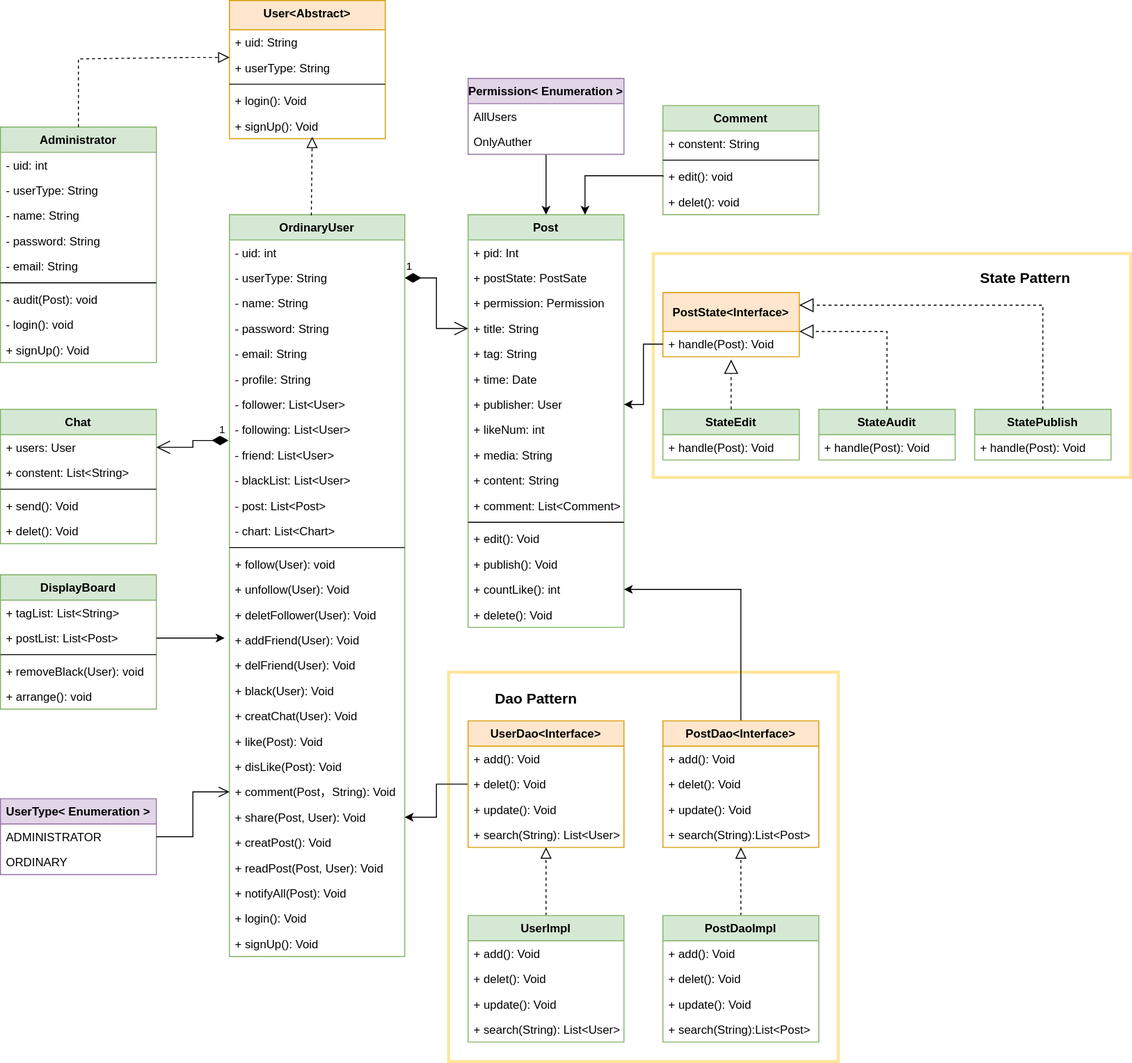
liuqihan/UML keeps this draw.io diagram as Untitled Diagram.drawio.svg. Above is the earlier version. Source tidied: cells renumbered, new cells last; positions are measured from the earlier drawing's top-left corner, leaving out a move shared by most shapes.
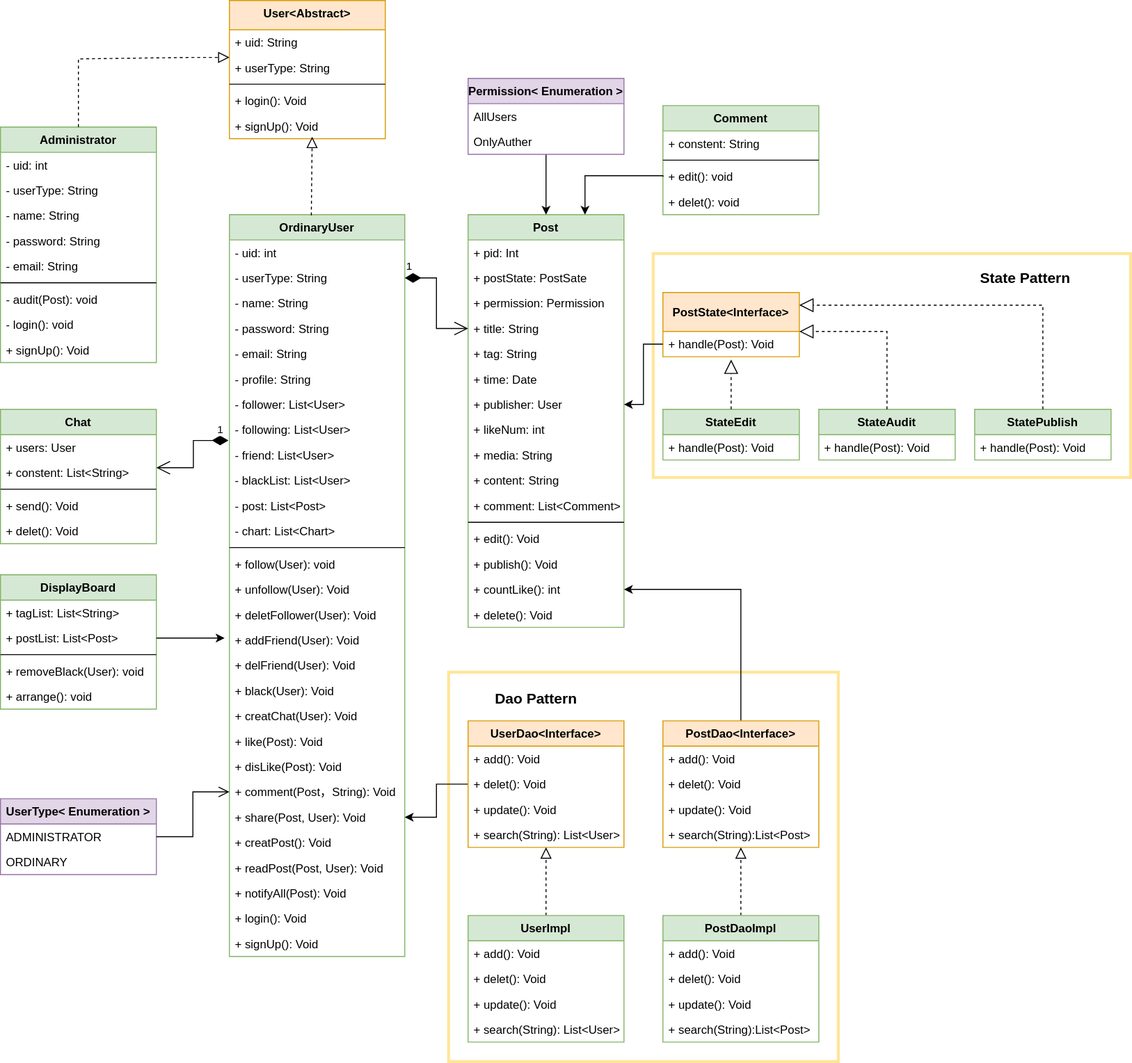
After the commit.

Diff of the diagram source:
```diff
@@ -424,8 +424,15 @@
     <mxCell id="134" style="edgeStyle=orthogonalEdgeStyle;rounded=0;jettySize=auto;html=1;fontSize=15;endArrow=open;endFill=0;endSize=9;" parent="1" edge="1" source="132" target="37">
       <mxGeometry relative="1" as="geometry" />
     </mxCell>
-    <mxCell id="135" value="1" style="endArrow=open;html=1;endSize=12;startArrow=diamondThin;startSize=14;startFill=1;edgeStyle=orthogonalEdgeStyle;align=left;verticalAlign=bottom;rounded=0;exitX=-0.006;exitY=-0.077;exitDx=0;exitDy=0;exitPerimeter=0;entryX=1;entryY=0.5;entryDx=0;entryDy=0;" parent="1" edge="1" source="23" target="93">
-      <mxGeometry x="-0.74" y="-2" relative="1" as="geometry" />
+    <mxCell id="135" value="1" style="endArrow=open;html=1;endSize=12;startArrow=diamondThin;startSize=14;startFill=1;edgeStyle=orthogonalEdgeStyle;align=left;verticalAlign=bottom;rounded=0;exitX=-0.006;exitY=-0.077;exitDx=0;exitDy=0;exitPerimeter=0;" parent="1" edge="1" source="23">
+      <mxGeometry x="-0.74" y="-2" relative="1" as="geometry">
+        <mxPoint x="160" y="480" as="targetPoint" />
+        <Array as="points">
+          <mxPoint x="198" y="452" />
+          <mxPoint x="198" y="480" />
+          <mxPoint x="160" y="480" />
+        </Array>
+      </mxGeometry>
     </mxCell>
   </root>
 </mxGraphModel>
```
